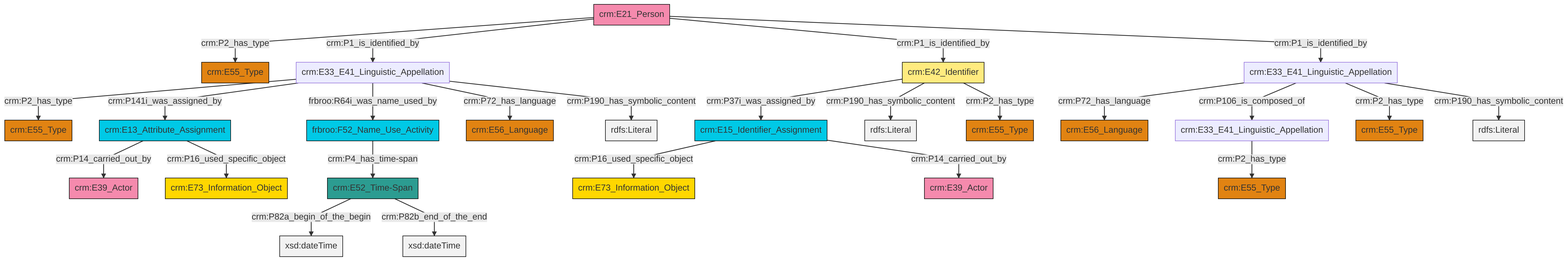
Above: et/personCSV/ttl/mmd/png/Person_Names_and_Classification.png in swiss-art-research-net/docs.swissartresearch (Mermaid), before the change. Its source is kept beside it as et/personCSV/ttl/mmd/Person_Names_and_Classification.ttl.mmd.
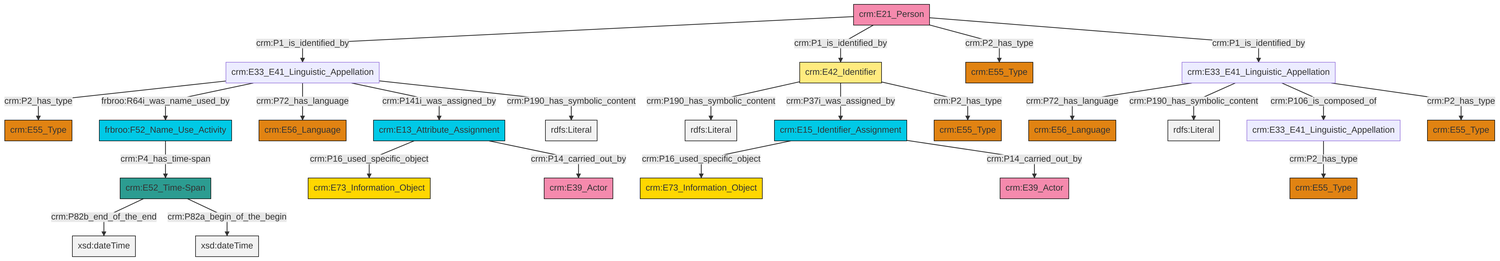
After the change.

What changed in the source:
```diff
@@ -13,27 +13,27 @@
 classDef PC_Classes fill:#4ce600, stroke:#000000;
 classDef Multi fill:#cccccc,stroke:#000000;
 
-2["crm:E33_E41_Linguistic_Appellation"]:::Default -->|crm:P2_has_type| 3["crm:E55_Type"]:::Type
-4["crm:E33_E41_Linguistic_Appellation"]:::Default -->|crm:P72_has_language| 5["crm:E56_Language"]:::Type
-7["crm:E21_Person"]:::Actor -->|crm:P2_has_type| 8["crm:E55_Type"]:::Type
-4["crm:E33_E41_Linguistic_Appellation"]:::Default -->|crm:P106_is_composed_of| 2["crm:E33_E41_Linguistic_Appellation"]:::Default
-12["crm:E42_Identifier"]:::Appellation -->|crm:P37i_was_assigned_by| 13["crm:E15_Identifier_Assignment"]:::Temporal_Entity
-4["crm:E33_E41_Linguistic_Appellation"]:::Default -->|crm:P2_has_type| 14["crm:E55_Type"]:::Type
-15["crm:E33_E41_Linguistic_Appellation"]:::Default -->|crm:P2_has_type| 16["crm:E55_Type"]:::Type
-15["crm:E33_E41_Linguistic_Appellation"]:::Default -->|crm:P141i_was_assigned_by| 22["crm:E13_Attribute_Assignment"]:::Temporal_Entity
-12["crm:E42_Identifier"]:::Appellation -->|crm:P190_has_symbolic_content| 23[rdfs:Literal]:::Literal
-13["crm:E15_Identifier_Assignment"]:::Temporal_Entity -->|crm:P16_used_specific_object| 25["crm:E73_Information_Object"]:::Conceptual_Object
-17["crm:E52_Time-Span"]:::Time-Span -->|crm:P82a_begin_of_the_begin| 28[xsd:dateTime]:::Literal
-22["crm:E13_Attribute_Assignment"]:::Temporal_Entity -->|crm:P14_carried_out_by| 30["crm:E39_Actor"]:::Actor
-12["crm:E42_Identifier"]:::Appellation -->|crm:P2_has_type| 31["crm:E55_Type"]:::Type
-7["crm:E21_Person"]:::Actor -->|crm:P1_is_identified_by| 15["crm:E33_E41_Linguistic_Appellation"]:::Default
-15["crm:E33_E41_Linguistic_Appellation"]:::Default -->|frbroo:R64i_was_name_used_by| 26["frbroo:F52_Name_Use_Activity"]:::Temporal_Entity
-17["crm:E52_Time-Span"]:::Time-Span -->|crm:P82b_end_of_the_end| 35[xsd:dateTime]:::Literal
-26["frbroo:F52_Name_Use_Activity"]:::Temporal_Entity -->|crm:P4_has_time-span| 17["crm:E52_Time-Span"]:::Time-Span
-13["crm:E15_Identifier_Assignment"]:::Temporal_Entity -->|crm:P14_carried_out_by| 0["crm:E39_Actor"]:::Actor
-7["crm:E21_Person"]:::Actor -->|crm:P1_is_identified_by| 12["crm:E42_Identifier"]:::Appellation
-4["crm:E33_E41_Linguistic_Appellation"]:::Default -->|crm:P190_has_symbolic_content| 39[rdfs:Literal]:::Literal
-7["crm:E21_Person"]:::Actor -->|crm:P1_is_identified_by| 4["crm:E33_E41_Linguistic_Appellation"]:::Default
-15["crm:E33_E41_Linguistic_Appellation"]:::Default -->|crm:P72_has_language| 10["crm:E56_Language"]:::Type
-22["crm:E13_Attribute_Assignment"]:::Temporal_Entity -->|crm:P16_used_specific_object| 20["crm:E73_Information_Object"]:::Conceptual_Object
-15["crm:E33_E41_Linguistic_Appellation"]:::Default -->|crm:P190_has_symbolic_content| 46[rdfs:Literal]:::Literal
+4["crm:E13_Attribute_Assignment"]:::Temporal_Entity -->|crm:P16_used_specific_object| 5["crm:E73_Information_Object"]:::Conceptual_Object
+6["crm:E33_E41_Linguistic_Appellation"]:::Default -->|crm:P72_has_language| 7["crm:E56_Language"]:::Type
+9["crm:E21_Person"]:::Actor -->|crm:P1_is_identified_by| 10["crm:E33_E41_Linguistic_Appellation"]:::Default
+11["crm:E15_Identifier_Assignment"]:::Temporal_Entity -->|crm:P16_used_specific_object| 12["crm:E73_Information_Object"]:::Conceptual_Object
+10["crm:E33_E41_Linguistic_Appellation"]:::Default -->|crm:P2_has_type| 15["crm:E55_Type"]:::Type
+18["frbroo:F52_Name_Use_Activity"]:::Temporal_Entity -->|crm:P4_has_time-span| 19["crm:E52_Time-Span"]:::Time-Span
+4["crm:E13_Attribute_Assignment"]:::Temporal_Entity -->|crm:P14_carried_out_by| 21["crm:E39_Actor"]:::Actor
+10["crm:E33_E41_Linguistic_Appellation"]:::Default -->|frbroo:R64i_was_name_used_by| 18["frbroo:F52_Name_Use_Activity"]:::Temporal_Entity
+13["crm:E42_Identifier"]:::Appellation -->|crm:P190_has_symbolic_content| 24[rdfs:Literal]:::Literal
+10["crm:E33_E41_Linguistic_Appellation"]:::Default -->|crm:P72_has_language| 25["crm:E56_Language"]:::Type
+13["crm:E42_Identifier"]:::Appellation -->|crm:P37i_was_assigned_by| 11["crm:E15_Identifier_Assignment"]:::Temporal_Entity
+6["crm:E33_E41_Linguistic_Appellation"]:::Default -->|crm:P190_has_symbolic_content| 27[rdfs:Literal]:::Literal
+0["crm:E33_E41_Linguistic_Appellation"]:::Default -->|crm:P2_has_type| 16["crm:E55_Type"]:::Type
+9["crm:E21_Person"]:::Actor -->|crm:P1_is_identified_by| 13["crm:E42_Identifier"]:::Appellation
+10["crm:E33_E41_Linguistic_Appellation"]:::Default -->|crm:P141i_was_assigned_by| 4["crm:E13_Attribute_Assignment"]:::Temporal_Entity
+13["crm:E42_Identifier"]:::Appellation -->|crm:P2_has_type| 30["crm:E55_Type"]:::Type
+10["crm:E33_E41_Linguistic_Appellation"]:::Default -->|crm:P190_has_symbolic_content| 33[rdfs:Literal]:::Literal
+11["crm:E15_Identifier_Assignment"]:::Temporal_Entity -->|crm:P14_carried_out_by| 34["crm:E39_Actor"]:::Actor
+19["crm:E52_Time-Span"]:::Time-Span -->|crm:P82b_end_of_the_end| 35[xsd:dateTime]:::Literal
+9["crm:E21_Person"]:::Actor -->|crm:P2_has_type| 36["crm:E55_Type"]:::Type
+6["crm:E33_E41_Linguistic_Appellation"]:::Default -->|crm:P106_is_composed_of| 0["crm:E33_E41_Linguistic_Appellation"]:::Default
+19["crm:E52_Time-Span"]:::Time-Span -->|crm:P82a_begin_of_the_begin| 42[xsd:dateTime]:::Literal
+6["crm:E33_E41_Linguistic_Appellation"]:::Default -->|crm:P2_has_type| 2["crm:E55_Type"]:::Type
+9["crm:E21_Person"]:::Actor -->|crm:P1_is_identified_by| 6["crm:E33_E41_Linguistic_Appellation"]:::Default
```
